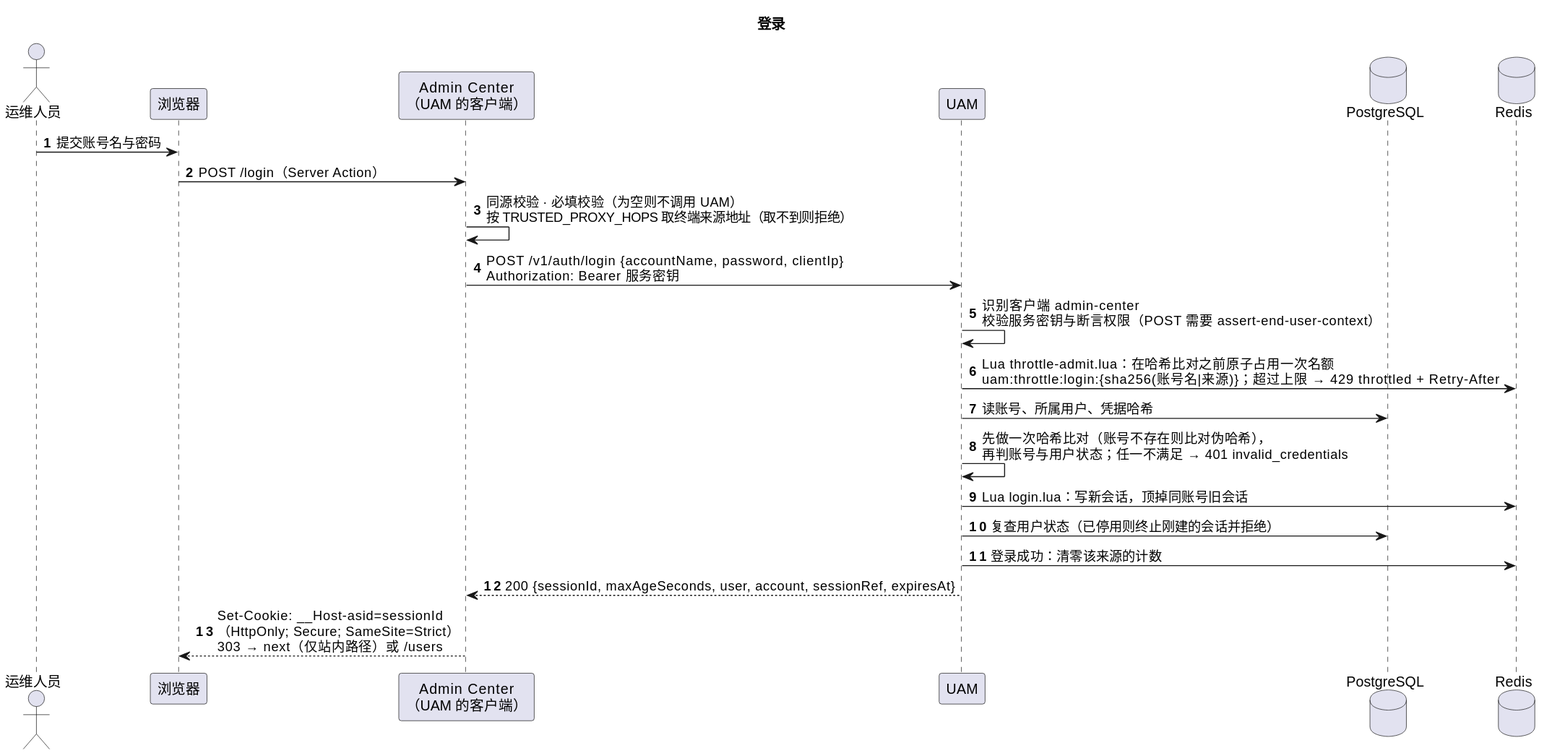
Earlier version of the PlantUML export docs/system-design/system/diagrams/seq-login.svg (xiayy860612/tech-toolkit).
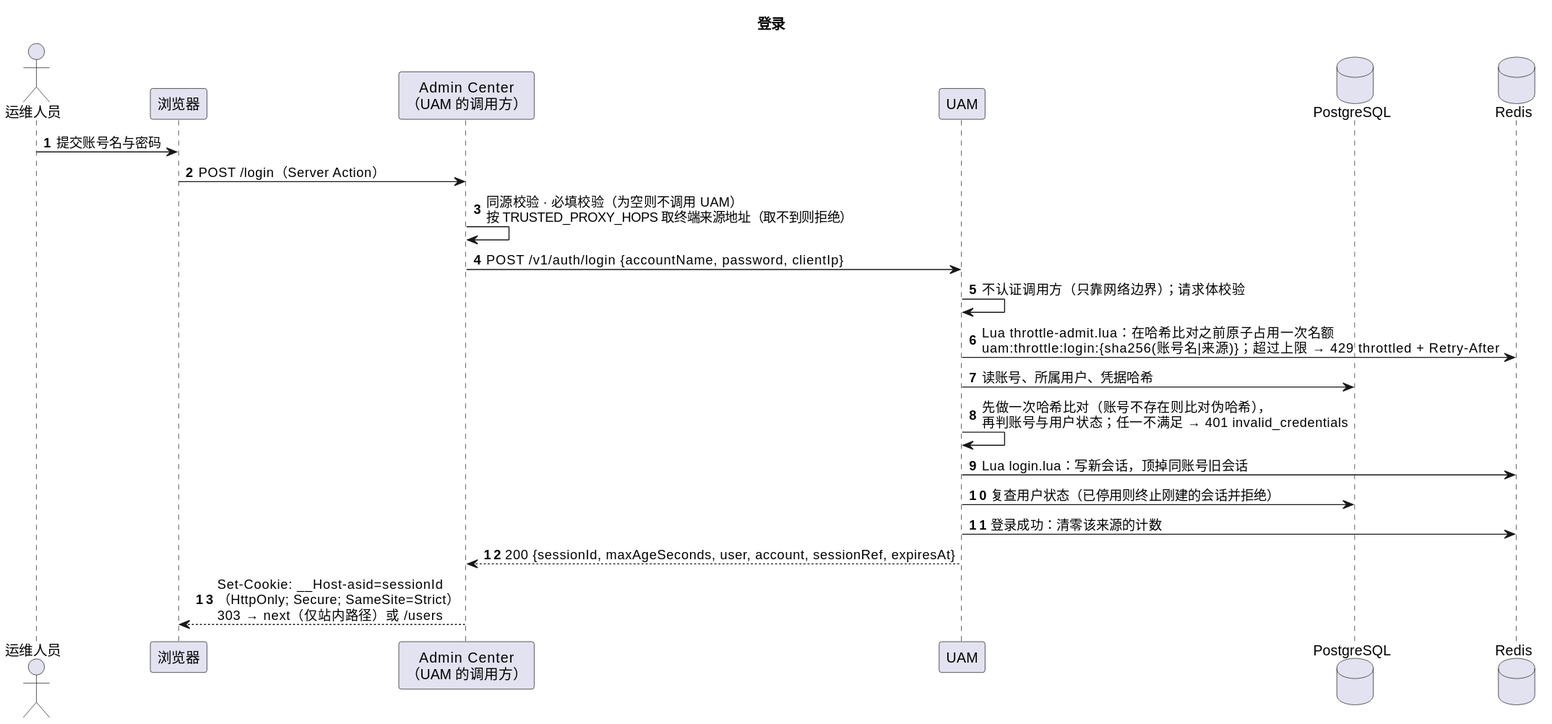
The same diagram one commit later.

What changed in the source:
```diff
@@ -4,7 +4,7 @@
 
 actor "运维人员" as O
 participant "浏览器" as B
-participant "Admin Center\n（UAM 的客户端）" as AC
+participant "Admin Center\n（UAM 的调用方）" as AC
 participant "UAM" as U
 database "PostgreSQL" as P
 database "Redis" as R
@@ -12,8 +12,8 @@
 O -> B : 提交账号名与密码
 B -> AC : POST /login（Server Action）
 AC -> AC : 同源校验 · 必填校验（为空则不调用 UAM）\n按 TRUSTED_PROXY_HOPS 取终端来源地址（取不到则拒绝）
-AC -> U : POST /v1/auth/login {accountName, password, clientIp}\nAuthorization: Bearer 服务密钥
-U -> U : 识别客户端 admin-center\n校验服务密钥与断言权限（POST 需要 assert-end-user-context）
+AC -> U : POST /v1/auth/login {accountName, password, clientIp}
+U -> U : 不认证调用方（只靠网络边界）；请求体校验
 U -> R : Lua throttle-admit.lua：在哈希比对之前原子占用一次名额\nuam:throttle:login:{sha256(账号名|来源)}；超过上限 → 429 throttled + Retry-After
 U -> P : 读账号、所属用户、凭据哈希
 U -> U : 先做一次哈希比对（账号不存在则比对伪哈希），\n再判账号与用户状态；任一不满足 → 401 invalid_credentials
```
